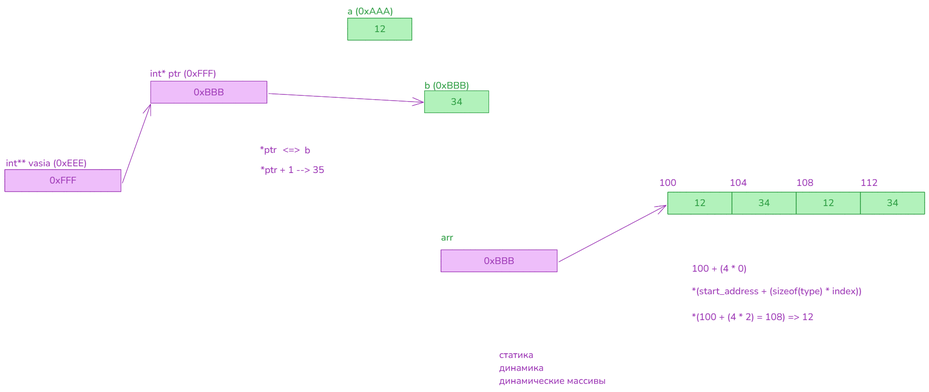
Earlier version of the Excalidraw export img/04.pointers.excalidraw.png (silvercodes/p53_cpp). Source tidied: one line per element, renumbered; positions are measured from the earlier drawing's top-left corner, leaving out a move shared by most shapes.
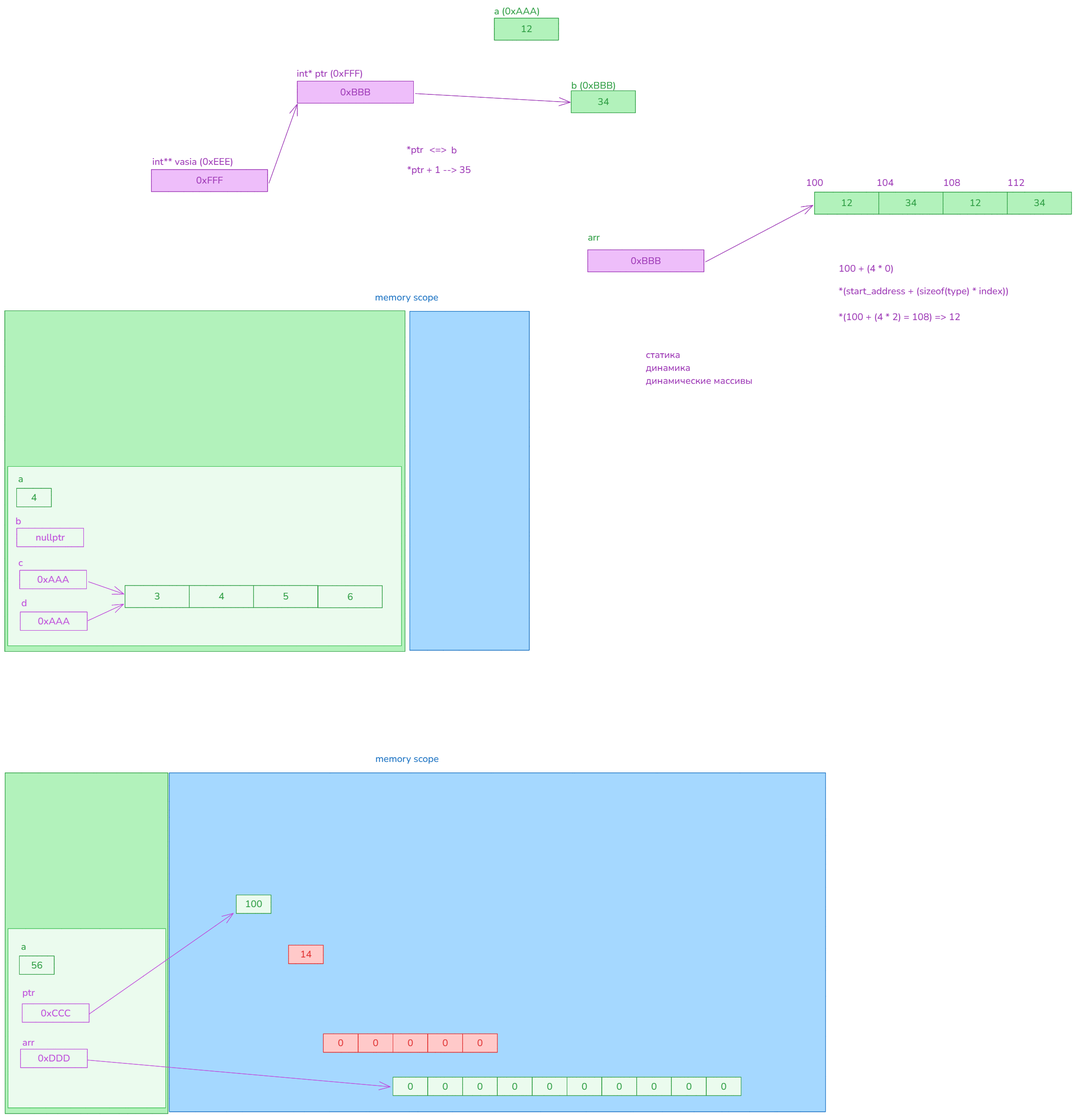
Above is the later version.

The edit, as a diff of the source:
```diff
@@ -10,7 +10,7 @@
 {"id": 9, "type": "arrow", "strokeColor": "#9c36b5", "backgroundColor": "#eebefa", "fillStyle": "solid", "strokeWidth": 1, "roughness": 0, "endArrowhead": "arrow", "round": true, "from": 6, "to": 3, "x": 551, "y": 185, "width": 323, "height": 18, "points": [[0, 0], [323, 18]]}
 {"id": 10, "type": "rectangle", "strokeColor": "#9c36b5", "backgroundColor": "#eebefa", "fillStyle": "solid", "strokeWidth": 1, "roughness": 0, "x": 0, "y": 344, "width": 242, "height": 46}
 {"id": 11, "type": "text", "text": "0xFFF", "strokeColor": "#9c36b5", "backgroundColor": "#eebefa", "fillStyle": "solid", "strokeWidth": 1, "roughness": 0, "fontSize": 20, "fontFamily": 6, "textAlign": "center", "verticalAlign": "middle", "inside": 10, "x": 93, "y": 353, "width": 56, "height": 27}
-{"id": 12, "type": "text", "text": "int** vasia (0xEEE)", "strokeColor": "#9c36b5", "backgroundColor": "#eebefa", "fillStyle": "solid", "strokeWidth": 1, "roughness": 0, "fontSize": 20, "fontFamily": 6, "x": 2, "y": 317, "width": 169, "height": 27}
+{"id": 12, "type": "text", "text": "int** vasia (0xEEE)", "strokeColor": "#9c36b5", "backgroundColor": "#eebefa", "fillStyle": "solid", "strokeWidth": 1, "roughness": 0, "fontSize": 20, "fontFamily": 6, "x": 2, "y": 314, "width": 169, "height": 27}
 {"id": 13, "type": "arrow", "strokeColor": "#9c36b5", "backgroundColor": "#eebefa", "fillStyle": "solid", "strokeWidth": 1, "roughness": 0, "endArrowhead": "arrow", "round": true, "from": 10, "to": 6, "x": 245, "y": 372, "width": 59, "height": 165, "points": [[0, 0], [59, -165]]}
 {"id": 14, "type": "text", "text": "*ptr", "strokeColor": "#9c36b5", "backgroundColor": "#eebefa", "fillStyle": "solid", "strokeWidth": 1, "roughness": 0, "fontSize": 20, "fontFamily": 6, "x": 532, "y": 289, "width": 35, "height": 27}
 {"id": 15, "type": "text", "text": "b", "strokeColor": "#9c36b5", "backgroundColor": "#eebefa", "fillStyle": "solid", "strokeWidth": 1, "roughness": 0, "fontSize": 20, "fontFamily": 6, "x": 625, "y": 290, "width": 12, "height": 27}
@@ -35,3 +35,78 @@
 {"id": 34, "type": "text", "text": "112", "strokeColor": "#9c36b5", "backgroundColor": "#b2f2bb", "fillStyle": "solid", "strokeWidth": 1, "roughness": 0, "fontSize": 20, "fontFamily": 6, "x": 1785, "y": 358, "width": 36, "height": 27}
 {"id": 35, "type": "text", "text": "*(start_address + (sizeof(type) * index))\n\n*(100 + (4 * 2) = 108) => 12", "strokeColor": "#9c36b5", "backgroundColor": "#b2f2bb", "fillStyle": "solid", "strokeWidth": 1, "roughness": 0, "fontSize": 20, "fontFamily": 6, "x": 1433, "y": 584, "width": 355, "height": 81}
 {"id": 36, "type": "text", "text": "статика\nдинамика\nдинамические массивы", "strokeColor": "#9c36b5", "backgroundColor": "#b2f2bb", "fillStyle": "solid", "strokeWidth": 1, "roughness": 0, "fontSize": 20, "fontFamily": 6, "x": 1031, "y": 717, "width": 222, "height": 81}
+{"id": 37, "type": "rectangle", "strokeColor": "#1971c2", "backgroundColor": "#a5d8ff", "fillStyle": "solid", "strokeWidth": 1, "roughness": 0, "x": 539, "y": 640, "width": 249, "height": 707}
+{"id": 38, "type": "text", "text": "memory scope", "strokeColor": "#1971c2", "backgroundColor": "#a5d8ff", "fillStyle": "solid", "strokeWidth": 1, "roughness": 0, "fontSize": 20, "fontFamily": 6, "x": 466, "y": 597, "width": 132, "height": 27}
+{"id": 39, "type": "rectangle", "strokeColor": "#2f9e44", "backgroundColor": "#b2f2bb", "fillStyle": "solid", "strokeWidth": 1, "roughness": 0, "x": -306, "y": 638, "width": 835, "height": 711}
+{"id": 40, "type": "rectangle", "strokeColor": "#40c057", "backgroundColor": "#ebfbee", "fillStyle": "solid", "strokeWidth": 1, "roughness": 0, "x": -300, "y": 963, "width": 821, "height": 374}
+{"id": 41, "type": "rectangle", "strokeColor": "#2f9e44", "backgroundColor": "#ebfbee", "fillStyle": "solid", "strokeWidth": 1, "roughness": 0, "x": -281, "y": 1009, "width": 73, "height": 39}
+{"id": 42, "type": "text", "text": "4", "strokeColor": "#2f9e44", "backgroundColor": "#ebfbee", "fillStyle": "solid", "strokeWidth": 1, "roughness": 0, "fontSize": 20, "fontFamily": 6, "textAlign": "center", "verticalAlign": "middle", "inside": 41, "x": -251, "y": 1015, "width": 12, "height": 27}
+{"id": 43, "type": "text", "text": "a", "strokeColor": "#2f9e44", "backgroundColor": "#ebfbee", "fillStyle": "solid", "strokeWidth": 1, "roughness": 0, "fontSize": 20, "fontFamily": 6, "x": -278, "y": 976, "width": 11, "height": 27}
+{"id": 44, "type": "rectangle", "strokeColor": "#be4bdb", "strokeWidth": 1, "roughness": 0, "x": -281, "y": 1092, "width": 139, "height": 39}
+{"id": 45, "type": "text", "text": "nullptr", "strokeColor": "#be4bdb", "backgroundColor": "#ebfbee", "fillStyle": "solid", "strokeWidth": 1, "roughness": 0, "fontSize": 20, "fontFamily": 6, "textAlign": "center", "verticalAlign": "middle", "inside": 44, "x": -241, "y": 1098, "width": 61, "height": 27}
+{"id": 46, "type": "text", "text": "b", "strokeColor": "#be4bdb", "strokeWidth": 1, "roughness": 0, "fontSize": 20, "fontFamily": 6, "x": -283, "y": 1063, "width": 12, "height": 27}
+{"id": 47, "type": "rectangle", "strokeColor": "#2f9e44", "backgroundColor": "#ebfbee", "fillStyle": "solid", "strokeWidth": 1, "roughness": 0, "x": -55, "y": 1212, "width": 134, "height": 46}
+{"id": 48, "type": "text", "text": "3", "strokeColor": "#2f9e44", "backgroundColor": "#b2f2bb", "fillStyle": "solid", "strokeWidth": 1, "roughness": 0, "fontSize": 20, "fontFamily": 6, "textAlign": "center", "verticalAlign": "middle", "inside": 47, "x": 6, "y": 1221, "width": 12, "height": 27}
+{"id": 49, "type": "rectangle", "strokeColor": "#2f9e44", "backgroundColor": "#ebfbee", "fillStyle": "solid", "strokeWidth": 1, "roughness": 0, "x": 79, "y": 1212, "width": 134, "height": 46}
+{"id": 50, "type": "text", "text": "4", "strokeColor": "#2f9e44", "backgroundColor": "#b2f2bb", "fillStyle": "solid", "strokeWidth": 1, "roughness": 0, "fontSize": 20, "fontFamily": 6, "textAlign": "center", "verticalAlign": "middle", "inside": 49, "x": 140, "y": 1221, "width": 12, "height": 27}
+{"id": 51, "type": "rectangle", "strokeColor": "#2f9e44", "backgroundColor": "#ebfbee", "fillStyle": "solid", "strokeWidth": 1, "roughness": 0, "x": 213, "y": 1212, "width": 134, "height": 46}
+{"id": 52, "type": "text", "text": "5", "strokeColor": "#2f9e44", "backgroundColor": "#b2f2bb", "fillStyle": "solid", "strokeWidth": 1, "roughness": 0, "fontSize": 20, "fontFamily": 6, "textAlign": "center", "verticalAlign": "middle", "inside": 51, "x": 274, "y": 1221, "width": 12, "height": 27}
+{"id": 53, "type": "rectangle", "strokeColor": "#2f9e44", "backgroundColor": "#ebfbee", "fillStyle": "solid", "strokeWidth": 1, "roughness": 0, "x": 348, "y": 1212, "width": 134, "height": 46}
+{"id": 54, "type": "text", "text": "6", "strokeColor": "#2f9e44", "backgroundColor": "#b2f2bb", "fillStyle": "solid", "strokeWidth": 1, "roughness": 0, "fontSize": 20, "fontFamily": 6, "textAlign": "center", "verticalAlign": "middle", "inside": 53, "x": 409, "y": 1222, "width": 12, "height": 27}
+{"id": 55, "type": "rectangle", "strokeColor": "#be4bdb", "strokeWidth": 1, "roughness": 0, "x": -275, "y": 1180, "width": 139, "height": 39}
+{"id": 56, "type": "text", "text": "0xAAA", "strokeColor": "#be4bdb", "backgroundColor": "#ebfbee", "fillStyle": "solid", "strokeWidth": 1, "roughness": 0, "fontSize": 20, "fontFamily": 6, "textAlign": "center", "verticalAlign": "middle", "inside": 55, "x": -238, "y": 1186, "width": 67, "height": 27}
+{"id": 57, "type": "text", "text": "c", "strokeColor": "#be4bdb", "strokeWidth": 1, "roughness": 0, "fontSize": 20, "fontFamily": 6, "x": -277, "y": 1151, "width": 9, "height": 27}
+{"id": 58, "type": "arrow", "strokeColor": "#be4bdb", "backgroundColor": "#ebfbee", "fillStyle": "solid", "strokeWidth": 1, "roughness": 0, "endArrowhead": "arrow", "round": true, "from": 55, "to": 47, "x": -131, "y": 1204, "width": 74, "height": 26, "points": [[0, 0], [74, 26]]}
+{"id": 59, "type": "rectangle", "strokeColor": "#be4bdb", "strokeWidth": 1, "roughness": 0, "x": -273, "y": 1267, "width": 139, "height": 39}
+{"id": 60, "type": "text", "text": "0xAAA", "strokeColor": "#be4bdb", "backgroundColor": "#ebfbee", "fillStyle": "solid", "strokeWidth": 1, "roughness": 0, "fontSize": 20, "fontFamily": 6, "textAlign": "center", "verticalAlign": "middle", "inside": 59, "x": -237, "y": 1273, "width": 67, "height": 27}
+{"id": 61, "type": "text", "text": "d", "strokeColor": "#be4bdb", "strokeWidth": 1, "roughness": 0, "fontSize": 20, "fontFamily": 6, "x": -271, "y": 1235, "width": 12, "height": 27}
+{"id": 62, "type": "arrow", "strokeColor": "#be4bdb", "backgroundColor": "#ebfbee", "fillStyle": "solid", "strokeWidth": 1, "roughness": 0, "endArrowhead": "arrow", "round": true, "from": 59, "to": 47, "x": -133, "y": 1285, "width": 75, "height": 35, "points": [[0, 0], [75, -35]]}
+{"id": 63, "type": "rectangle", "strokeColor": "#1971c2", "backgroundColor": "#a5d8ff", "fillStyle": "solid", "strokeWidth": 1, "roughness": 0, "x": 37, "y": 1603, "width": 1369, "height": 707}
+{"id": 64, "type": "text", "text": "memory scope", "strokeColor": "#1971c2", "backgroundColor": "#a5d8ff", "fillStyle": "solid", "strokeWidth": 1, "roughness": 0, "fontSize": 20, "fontFamily": 6, "x": 467, "y": 1560, "width": 132, "height": 27}
+{"id": 65, "type": "rectangle", "strokeColor": "#2f9e44", "backgroundColor": "#b2f2bb", "fillStyle": "solid", "strokeWidth": 1, "roughness": 0, "x": -305, "y": 1603, "width": 340, "height": 711}
+{"id": 66, "type": "rectangle", "strokeColor": "#40c057", "backgroundColor": "#ebfbee", "fillStyle": "solid", "strokeWidth": 1, "roughness": 0, "x": -299, "y": 1928, "width": 329, "height": 374}
+{"id": 67, "type": "rectangle", "strokeColor": "#be4bdb", "strokeWidth": 1, "roughness": 0, "x": -269, "y": 2085, "width": 139, "height": 39}
+{"id": 68, "type": "text", "text": "0xCCC", "strokeColor": "#be4bdb", "backgroundColor": "#ebfbee", "fillStyle": "solid", "strokeWidth": 1, "roughness": 0, "fontSize": 20, "fontFamily": 6, "textAlign": "center", "verticalAlign": "middle", "inside": 67, "x": -231, "y": 2090, "width": 62, "height": 27}
+{"id": 69, "type": "rectangle", "strokeColor": "#be4bdb", "strokeWidth": 1, "roughness": 0, "x": -273, "y": 2179, "width": 139, "height": 39}
+{"id": 70, "type": "text", "text": "0xDDD", "strokeColor": "#be4bdb", "backgroundColor": "#ebfbee", "fillStyle": "solid", "strokeWidth": 1, "roughness": 0, "fontSize": 20, "fontFamily": 6, "textAlign": "center", "verticalAlign": "middle", "inside": 69, "x": -237, "y": 2185, "width": 67, "height": 27}
+{"id": 71, "type": "text", "text": "ptr", "strokeColor": "#be4bdb", "backgroundColor": "#ebfbee", "fillStyle": "solid", "strokeWidth": 1, "roughness": 0, "fontSize": 20, "fontFamily": 6, "x": -269, "y": 2048, "width": 26, "height": 27}
+{"id": 72, "type": "text", "text": "arr", "strokeColor": "#be4bdb", "backgroundColor": "#ebfbee", "fillStyle": "solid", "strokeWidth": 1, "roughness": 0, "fontSize": 20, "fontFamily": 6, "x": -269, "y": 2152, "width": 25, "height": 27}
+{"id": 73, "type": "rectangle", "strokeColor": "#2f9e44", "backgroundColor": "#ebfbee", "fillStyle": "solid", "strokeWidth": 1, "roughness": 0, "x": -275, "y": 1985, "width": 73, "height": 39}
+{"id": 74, "type": "text", "text": "56", "strokeColor": "#2f9e44", "backgroundColor": "#ebfbee", "fillStyle": "solid", "strokeWidth": 1, "roughness": 0, "fontSize": 20, "fontFamily": 6, "textAlign": "center", "verticalAlign": "middle", "inside": 73, "x": -251, "y": 1991, "width": 24, "height": 27}
+{"id": 75, "type": "text", "text": "a", "strokeColor": "#2f9e44", "backgroundColor": "#ebfbee", "fillStyle": "solid", "strokeWidth": 1, "roughness": 0, "fontSize": 20, "fontFamily": 6, "x": -272, "y": 1952, "width": 11, "height": 27}
+{"id": 76, "type": "rectangle", "strokeColor": "#e03131", "backgroundColor": "#ffc9c9", "fillStyle": "solid", "strokeWidth": 1, "roughness": 0, "x": 286, "y": 1962, "width": 73, "height": 39}
+{"id": 77, "type": "text", "text": "14", "strokeColor": "#e03131", "backgroundColor": "#ebfbee", "fillStyle": "solid", "strokeWidth": 1, "roughness": 0, "fontSize": 20, "fontFamily": 6, "textAlign": "center", "verticalAlign": "middle", "inside": 76, "x": 310, "y": 1968, "width": 24, "height": 27}
+{"id": 78, "type": "arrow", "strokeColor": "#be4bdb", "backgroundColor": "#ebfbee", "fillStyle": "solid", "strokeWidth": 1, "roughness": 0, "endArrowhead": "arrow", "round": true, "from": 67, "to": 90, "x": -130, "y": 2106, "width": 301, "height": 210, "points": [[0, 0], [301, -210]]}
+{"id": 79, "type": "rectangle", "strokeColor": "#e03131", "backgroundColor": "#ffc9c9", "fillStyle": "solid", "strokeWidth": 1, "roughness": 0, "x": 359, "y": 2147, "width": 73, "height": 39}
+{"id": 80, "type": "text", "text": "0", "strokeColor": "#e03131", "backgroundColor": "#ebfbee", "fillStyle": "solid", "strokeWidth": 1, "roughness": 0, "fontSize": 20, "fontFamily": 6, "textAlign": "center", "verticalAlign": "middle", "inside": 79, "x": 389, "y": 2153, "width": 12, "height": 27}
+{"id": 81, "type": "rectangle", "strokeColor": "#e03131", "backgroundColor": "#ffc9c9", "fillStyle": "solid", "strokeWidth": 1, "roughness": 0, "x": 431, "y": 2147, "width": 73, "height": 39}
+{"id": 82, "type": "text", "text": "0", "strokeColor": "#e03131", "backgroundColor": "#ebfbee", "fillStyle": "solid", "strokeWidth": 1, "roughness": 0, "fontSize": 20, "fontFamily": 6, "textAlign": "center", "verticalAlign": "middle", "inside": 81, "x": 462, "y": 2153, "width": 12, "height": 27}
+{"id": 83, "type": "rectangle", "strokeColor": "#e03131", "backgroundColor": "#ffc9c9", "fillStyle": "solid", "strokeWidth": 1, "roughness": 0, "x": 504, "y": 2147, "width": 73, "height": 39}
+{"id": 84, "type": "text", "text": "0", "strokeColor": "#e03131", "backgroundColor": "#ebfbee", "fillStyle": "solid", "strokeWidth": 1, "roughness": 0, "fontSize": 20, "fontFamily": 6, "textAlign": "center", "verticalAlign": "middle", "inside": 83, "x": 534, "y": 2153, "width": 12, "height": 27}
+{"id": 85, "type": "rectangle", "strokeColor": "#e03131", "backgroundColor": "#ffc9c9", "fillStyle": "solid", "strokeWidth": 1, "roughness": 0, "x": 576, "y": 2147, "width": 73, "height": 39}
+{"id": 86, "type": "text", "text": "0", "strokeColor": "#e03131", "backgroundColor": "#ebfbee", "fillStyle": "solid", "strokeWidth": 1, "roughness": 0, "fontSize": 20, "fontFamily": 6, "textAlign": "center", "verticalAlign": "middle", "inside": 85, "x": 607, "y": 2153, "width": 12, "height": 27}
+{"id": 87, "type": "rectangle", "strokeColor": "#e03131", "backgroundColor": "#ffc9c9", "fillStyle": "solid", "strokeWidth": 1, "roughness": 0, "x": 649, "y": 2147, "width": 73, "height": 39}
+{"id": 88, "type": "text", "text": "0", "strokeColor": "#e03131", "backgroundColor": "#ebfbee", "fillStyle": "solid", "strokeWidth": 1, "roughness": 0, "fontSize": 20, "fontFamily": 6, "textAlign": "center", "verticalAlign": "middle", "inside": 87, "x": 679, "y": 2153, "width": 12, "height": 27}
+{"id": 89, "type": "arrow", "strokeColor": "#be4bdb", "backgroundColor": "#ebfbee", "fillStyle": "solid", "strokeWidth": 1, "roughness": 0, "endArrowhead": "arrow", "round": true, "from": 69, "to": 92, "x": -132, "y": 2202, "width": 631, "height": 56, "points": [[0, 0], [631, 56]]}
+{"id": 90, "type": "rectangle", "strokeColor": "#2f9e44", "backgroundColor": "#ebfbee", "fillStyle": "solid", "strokeWidth": 1, "roughness": 0, "x": 177, "y": 1858, "width": 73, "height": 39}
+{"id": 91, "type": "text", "text": "100", "strokeColor": "#2f9e44", "backgroundColor": "#ebfbee", "fillStyle": "solid", "strokeWidth": 1, "roughness": 0, "fontSize": 20, "fontFamily": 6, "textAlign": "center", "verticalAlign": "middle", "inside": 90, "x": 195, "y": 1863, "width": 36, "height": 27}
+{"id": 92, "type": "rectangle", "strokeColor": "#2f9e44", "backgroundColor": "#ebfbee", "fillStyle": "solid", "strokeWidth": 1, "roughness": 0, "x": 504, "y": 2238, "width": 73, "height": 39}
+{"id": 93, "type": "text", "text": "0", "strokeColor": "#2f9e44", "backgroundColor": "#ebfbee", "fillStyle": "solid", "strokeWidth": 1, "roughness": 0, "fontSize": 20, "fontFamily": 6, "textAlign": "center", "verticalAlign": "middle", "inside": 92, "x": 534, "y": 2243, "width": 12, "height": 27}
+{"id": 94, "type": "rectangle", "strokeColor": "#2f9e44", "backgroundColor": "#ebfbee", "fillStyle": "solid", "strokeWidth": 1, "roughness": 0, "x": 576, "y": 2238, "width": 73, "height": 39}
+{"id": 95, "type": "text", "text": "0", "strokeColor": "#2f9e44", "backgroundColor": "#ebfbee", "fillStyle": "solid", "strokeWidth": 1, "roughness": 0, "fontSize": 20, "fontFamily": 6, "textAlign": "center", "verticalAlign": "middle", "inside": 94, "x": 607, "y": 2243, "width": 12, "height": 27}
+{"id": 96, "type": "rectangle", "strokeColor": "#2f9e44", "backgroundColor": "#ebfbee", "fillStyle": "solid", "strokeWidth": 1, "roughness": 0, "x": 649, "y": 2238, "width": 73, "height": 39}
+{"id": 97, "type": "text", "text": "0", "strokeColor": "#2f9e44", "backgroundColor": "#ebfbee", "fillStyle": "solid", "strokeWidth": 1, "roughness": 0, "fontSize": 20, "fontFamily": 6, "textAlign": "center", "verticalAlign": "middle", "inside": 96, "x": 679, "y": 2243, "width": 12, "height": 27}
+{"id": 98, "type": "rectangle", "strokeColor": "#2f9e44", "backgroundColor": "#ebfbee", "fillStyle": "solid", "strokeWidth": 1, "roughness": 0, "x": 722, "y": 2238, "width": 73, "height": 39}
+{"id": 99, "type": "text", "text": "0", "strokeColor": "#2f9e44", "backgroundColor": "#ebfbee", "fillStyle": "solid", "strokeWidth": 1, "roughness": 0, "fontSize": 20, "fontFamily": 6, "textAlign": "center", "verticalAlign": "middle", "inside": 98, "x": 752, "y": 2243, "width": 12, "height": 27}
+{"id": 100, "type": "rectangle", "strokeColor": "#2f9e44", "backgroundColor": "#ebfbee", "fillStyle": "solid", "strokeWidth": 1, "roughness": 0, "x": 794, "y": 2238, "width": 73, "height": 39}
+{"id": 101, "type": "text", "text": "0", "strokeColor": "#2f9e44", "backgroundColor": "#ebfbee", "fillStyle": "solid", "strokeWidth": 1, "roughness": 0, "fontSize": 20, "fontFamily": 6, "textAlign": "center", "verticalAlign": "middle", "inside": 100, "x": 825, "y": 2243, "width": 12, "height": 27}
+{"id": 102, "type": "rectangle", "strokeColor": "#2f9e44", "backgroundColor": "#ebfbee", "fillStyle": "solid", "strokeWidth": 1, "roughness": 0, "x": 867, "y": 2238, "width": 73, "height": 39}
+{"id": 103, "type": "text", "text": "0", "strokeColor": "#2f9e44", "backgroundColor": "#ebfbee", "fillStyle": "solid", "strokeWidth": 1, "roughness": 0, "fontSize": 20, "fontFamily": 6, "textAlign": "center", "verticalAlign": "middle", "inside": 102, "x": 897, "y": 2243, "width": 12, "height": 27}
+{"id": 104, "type": "rectangle", "strokeColor": "#2f9e44", "backgroundColor": "#ebfbee", "fillStyle": "solid", "strokeWidth": 1, "roughness": 0, "x": 939, "y": 2238, "width": 73, "height": 39}
+{"id": 105, "type": "text", "text": "0", "strokeColor": "#2f9e44", "backgroundColor": "#ebfbee", "fillStyle": "solid", "strokeWidth": 1, "roughness": 0, "fontSize": 20, "fontFamily": 6, "textAlign": "center", "verticalAlign": "middle", "inside": 104, "x": 970, "y": 2243, "width": 12, "height": 27}
+{"id": 106, "type": "rectangle", "strokeColor": "#2f9e44", "backgroundColor": "#ebfbee", "fillStyle": "solid", "strokeWidth": 1, "roughness": 0, "x": 1012, "y": 2238, "width": 73, "height": 39}
+{"id": 107, "type": "text", "text": "0", "strokeColor": "#2f9e44", "backgroundColor": "#ebfbee", "fillStyle": "solid", "strokeWidth": 1, "roughness": 0, "fontSize": 20, "fontFamily": 6, "textAlign": "center", "verticalAlign": "middle", "inside": 106, "x": 1042, "y": 2243, "width": 12, "height": 27}
+{"id": 108, "type": "rectangle", "strokeColor": "#2f9e44", "backgroundColor": "#ebfbee", "fillStyle": "solid", "strokeWidth": 1, "roughness": 0, "x": 1085, "y": 2238, "width": 73, "height": 39}
+{"id": 109, "type": "text", "text": "0", "strokeColor": "#2f9e44", "backgroundColor": "#ebfbee", "fillStyle": "solid", "strokeWidth": 1, "roughness": 0, "fontSize": 20, "fontFamily": 6, "textAlign": "center", "verticalAlign": "middle", "inside": 108, "x": 1115, "y": 2243, "width": 12, "height": 27}
+{"id": 110, "type": "rectangle", "strokeColor": "#2f9e44", "backgroundColor": "#ebfbee", "fillStyle": "solid", "strokeWidth": 1, "roughness": 0, "x": 1157, "y": 2238, "width": 73, "height": 39}
+{"id": 111, "type": "text", "text": "0", "strokeColor": "#2f9e44", "backgroundColor": "#ebfbee", "fillStyle": "solid", "strokeWidth": 1, "roughness": 0, "fontSize": 20, "fontFamily": 6, "textAlign": "center", "verticalAlign": "middle", "inside": 110, "x": 1188, "y": 2243, "width": 12, "height": 27}
```
